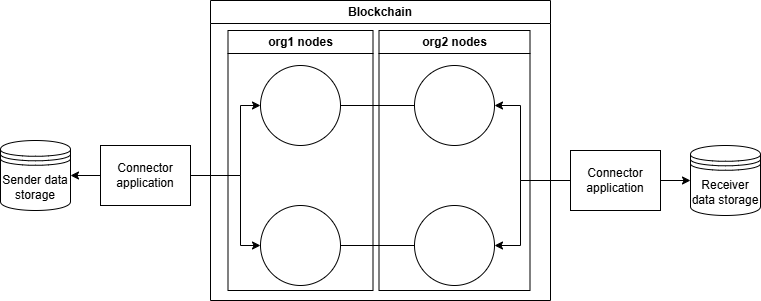
Earlier version of the draw.io export system_architecture.png (SkyWaet/iccsa-2024). Source tidied: cells renumbered, new cells last; positions are measured from the earlier drawing's top-left corner, leaving out a move shared by most shapes.
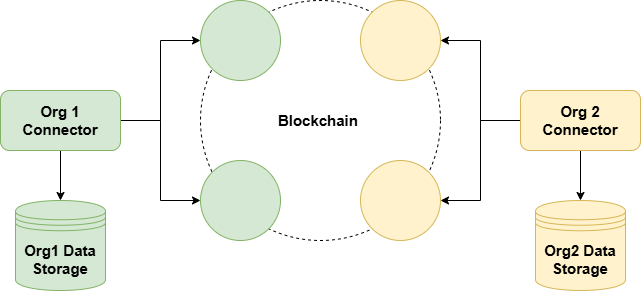
After the change.

Diff of the diagram source:
```diff
@@ -2,82 +2,70 @@
   <root>
     <mxCell id="0" />
     <mxCell id="1" parent="0" />
-    <mxCell id="2" value="Sender data storage" style="shape=datastore;whiteSpace=wrap;html=1;" parent="1" vertex="1">
-      <mxGeometry y="140" width="70" height="70" as="geometry" />
-    </mxCell>
-    <mxCell id="3" value="Receiver data storage" style="shape=datastore;whiteSpace=wrap;html=1;" parent="1" vertex="1">
-      <mxGeometry x="690" y="145" width="70" height="70" as="geometry" />
-    </mxCell>
-    <mxCell id="4" style="edgeStyle=orthogonalEdgeStyle;rounded=0;jettySize=auto;html=1;entryX=0;entryY=0.5;entryDx=0;entryDy=0;endArrow=none;startFill=0;" parent="1" edge="1" source="5" target="6">
-      <mxGeometry relative="1" as="geometry" />
-    </mxCell>
-    <mxCell id="5" style="ellipse;whiteSpace=wrap;html=1;" parent="1" vertex="1">
-      <mxGeometry x="260" y="65" width="80" height="80" as="geometry" />
-    </mxCell>
-    <mxCell id="6" style="ellipse;whiteSpace=wrap;html=1;" parent="1" vertex="1">
-      <mxGeometry x="414" y="65" width="80" height="80" as="geometry" />
-    </mxCell>
-    <mxCell id="7" style="edgeStyle=orthogonalEdgeStyle;rounded=0;jettySize=auto;html=1;endArrow=none;startFill=0;" parent="1" edge="1" source="8" target="9">
-      <mxGeometry relative="1" as="geometry" />
-    </mxCell>
-    <mxCell id="8" style="ellipse;whiteSpace=wrap;html=1;" parent="1" vertex="1">
-      <mxGeometry x="260" y="205" width="80" height="80" as="geometry" />
-    </mxCell>
-    <mxCell id="9" style="ellipse;whiteSpace=wrap;html=1;" parent="1" vertex="1">
-      <mxGeometry x="414" y="205" width="80" height="80" as="geometry" />
-    </mxCell>
-    <mxCell id="10" style="edgeStyle=orthogonalEdgeStyle;rounded=0;jettySize=auto;html=1;entryX=1;entryY=0.5;entryDx=0;entryDy=0;" parent="1" edge="1" source="13" target="2">
-      <mxGeometry relative="1" as="geometry" />
-    </mxCell>
-    <mxCell id="11" style="edgeStyle=orthogonalEdgeStyle;rounded=0;jettySize=auto;html=1;entryX=0;entryY=0.5;entryDx=0;entryDy=0;" parent="1" edge="1" source="13" target="5">
-      <mxGeometry relative="1" as="geometry">
-        <Array as="points">
-          <mxPoint x="240" y="175" />
-          <mxPoint x="240" y="105" />
-        </Array>
-      </mxGeometry>
-    </mxCell>
-    <mxCell id="12" style="edgeStyle=orthogonalEdgeStyle;rounded=0;jettySize=auto;html=1;entryX=0;entryY=0.5;entryDx=0;entryDy=0;" parent="1" edge="1" source="13" target="8">
-      <mxGeometry relative="1" as="geometry">
-        <Array as="points">
-          <mxPoint x="240" y="175" />
-          <mxPoint x="240" y="245" />
-        </Array>
-      </mxGeometry>
-    </mxCell>
-    <mxCell id="13" value="Connector application" style="rounded=0;whiteSpace=wrap;html=1;" parent="1" vertex="1">
-      <mxGeometry x="100" y="145" width="90" height="60" as="geometry" />
-    </mxCell>
-    <mxCell id="14" style="edgeStyle=orthogonalEdgeStyle;rounded=0;jettySize=auto;html=1;entryX=0;entryY=0.5;entryDx=0;entryDy=0;" parent="1" edge="1" source="17" target="3">
-      <mxGeometry relative="1" as="geometry" />
-    </mxCell>
-    <mxCell id="15" style="edgeStyle=orthogonalEdgeStyle;rounded=0;jettySize=auto;html=1;entryX=1;entryY=0.5;entryDx=0;entryDy=0;" parent="1" edge="1" source="17" target="6">
-      <mxGeometry relative="1" as="geometry">
-        <Array as="points">
-          <mxPoint x="520" y="180" />
-          <mxPoint x="520" y="105" />
-        </Array>
-      </mxGeometry>
-    </mxCell>
-    <mxCell id="16" style="edgeStyle=orthogonalEdgeStyle;rounded=0;jettySize=auto;html=1;entryX=1;entryY=0.5;entryDx=0;entryDy=0;" parent="1" edge="1" source="17" target="9">
-      <mxGeometry relative="1" as="geometry">
-        <Array as="points">
-          <mxPoint x="520" y="180" />
-          <mxPoint x="520" y="245" />
-        </Array>
-      </mxGeometry>
-    </mxCell>
-    <mxCell id="17" value="Connector application" style="rounded=0;whiteSpace=wrap;html=1;" parent="1" vertex="1">
-      <mxGeometry x="570" y="150" width="90" height="60" as="geometry" />
-    </mxCell>
-    <mxCell id="18" value="Blockchain" style="swimlane;whiteSpace=wrap;html=1;" parent="1" vertex="1">
-      <mxGeometry x="210" width="340" height="300" as="geometry" />
+    <mxCell id="18" value="&lt;font style=&quot;font-size: 15px;&quot;&gt;&lt;b&gt;Blockchain&amp;nbsp;&lt;/b&gt;&lt;/font&gt;" style="ellipse;whiteSpace=wrap;html=1;fillColor=none;dashed=1;" parent="1" vertex="1">
+      <mxGeometry x="210" width="240" height="240" as="geometry" />
     </mxCell>
-    <mxCell id="19" value="org1 nodes" style="swimlane;whiteSpace=wrap;html=1;" parent="18" vertex="1">
-      <mxGeometry x="17.5" y="30" width="145" height="260" as="geometry" />
-    </mxCell>
-    <mxCell id="20" value="org2 nodes" style="swimlane;whiteSpace=wrap;html=1;" parent="18" vertex="1">
-      <mxGeometry x="168.5" y="30" width="151" height="260" as="geometry" />
-    </mxCell>
+    <mxCell id="21" style="ellipse;whiteSpace=wrap;html=1;fontSize=15;fillColor=#d5e8d4;strokeColor=#82b366;" parent="1" vertex="1">
+      <mxGeometry x="210" width="80" height="80" as="geometry" />
+    </mxCell>
+    <mxCell id="22" style="ellipse;whiteSpace=wrap;html=1;fontSize=15;fillColor=#d5e8d4;strokeColor=#82b366;" parent="1" vertex="1">
+      <mxGeometry x="210" y="160" width="80" height="80" as="geometry" />
+    </mxCell>
+    <mxCell id="23" style="ellipse;whiteSpace=wrap;html=1;fontSize=15;fillColor=#fff2cc;strokeColor=#d6b656;" parent="1" vertex="1">
+      <mxGeometry x="370" width="80" height="80" as="geometry" />
+    </mxCell>
+    <mxCell id="24" style="ellipse;whiteSpace=wrap;html=1;fontSize=15;fillColor=#fff2cc;strokeColor=#d6b656;" parent="1" vertex="1">
+      <mxGeometry x="370" y="160" width="80" height="80" as="geometry" />
+    </mxCell>
+    <mxCell id="25" style="edgeStyle=orthogonalEdgeStyle;rounded=0;jettySize=auto;html=1;entryX=0;entryY=0.5;entryDx=0;entryDy=0;" parent="1" edge="1" source="28" target="21">
+      <mxGeometry relative="1" as="geometry">
+        <Array as="points">
+          <mxPoint x="170" y="120" />
+          <mxPoint x="170" y="40" />
+        </Array>
+      </mxGeometry>
+    </mxCell>
+    <mxCell id="26" style="edgeStyle=orthogonalEdgeStyle;rounded=0;jettySize=auto;html=1;entryX=0;entryY=0.5;entryDx=0;entryDy=0;" parent="1" edge="1" source="28" target="22">
+      <mxGeometry relative="1" as="geometry">
+        <Array as="points">
+          <mxPoint x="170" y="120" />
+          <mxPoint x="170" y="200" />
+        </Array>
+      </mxGeometry>
+    </mxCell>
+    <mxCell id="27" style="edgeStyle=orthogonalEdgeStyle;rounded=0;jettySize=auto;html=1;entryX=0.5;entryY=0;entryDx=0;entryDy=0;" parent="1" edge="1" source="28" target="33">
+      <mxGeometry relative="1" as="geometry" />
+    </mxCell>
+    <mxCell id="28" value="&lt;b&gt;&lt;font style=&quot;font-size: 15px;&quot;&gt;Org 1 Connector&lt;/font&gt;&lt;/b&gt;" style="rounded=1;whiteSpace=wrap;html=1;fillColor=#d5e8d4;strokeColor=#82b366;" parent="1" vertex="1">
+      <mxGeometry x="10" y="90" width="120" height="60" as="geometry" />
+    </mxCell>
+    <mxCell id="29" style="edgeStyle=orthogonalEdgeStyle;rounded=0;jettySize=auto;html=1;entryX=1;entryY=0.5;entryDx=0;entryDy=0;" parent="1" edge="1" source="32" target="23">
+      <mxGeometry relative="1" as="geometry">
+        <Array as="points">
+          <mxPoint x="490" y="120" />
+          <mxPoint x="490" y="40" />
+        </Array>
+      </mxGeometry>
+    </mxCell>
+    <mxCell id="30" style="edgeStyle=orthogonalEdgeStyle;rounded=0;jettySize=auto;html=1;entryX=1;entryY=0.5;entryDx=0;entryDy=0;" parent="1" edge="1" source="32" target="24">
+      <mxGeometry relative="1" as="geometry">
+        <Array as="points">
+          <mxPoint x="490" y="120" />
+          <mxPoint x="490" y="200" />
+        </Array>
+      </mxGeometry>
+    </mxCell>
+    <mxCell id="31" style="edgeStyle=orthogonalEdgeStyle;rounded=0;jettySize=auto;html=1;entryX=0.5;entryY=0;entryDx=0;entryDy=0;" parent="1" edge="1" source="32" target="34">
+      <mxGeometry relative="1" as="geometry" />
+    </mxCell>
+    <mxCell id="32" value="&lt;b&gt;&lt;font style=&quot;font-size: 15px;&quot;&gt;Org 2 Connector&lt;/font&gt;&lt;/b&gt;" style="rounded=1;whiteSpace=wrap;html=1;fillColor=#fff2cc;strokeColor=#d6b656;" parent="1" vertex="1">
+      <mxGeometry x="530" y="90" width="120" height="60" as="geometry" />
+    </mxCell>
+    <mxCell id="33" value="&lt;b&gt;&lt;font style=&quot;font-size: 15px;&quot;&gt;Org1 Data Storage&lt;/font&gt;&lt;/b&gt;" style="shape=datastore;whiteSpace=wrap;html=1;fillColor=#d5e8d4;strokeColor=#82b366;" parent="1" vertex="1">
+      <mxGeometry x="25" y="200" width="90" height="90" as="geometry" />
+    </mxCell>
+    <mxCell id="34" value="&lt;b&gt;&lt;font style=&quot;font-size: 15px;&quot;&gt;Org2 Data Storage&lt;/font&gt;&lt;/b&gt;" style="shape=datastore;whiteSpace=wrap;html=1;fillColor=#fff2cc;strokeColor=#d6b656;" parent="1" vertex="1">
+      <mxGeometry x="545" y="200" width="90" height="90" as="geometry" />
+    </mxCell>
   </root>
 </mxGraphModel>
```
